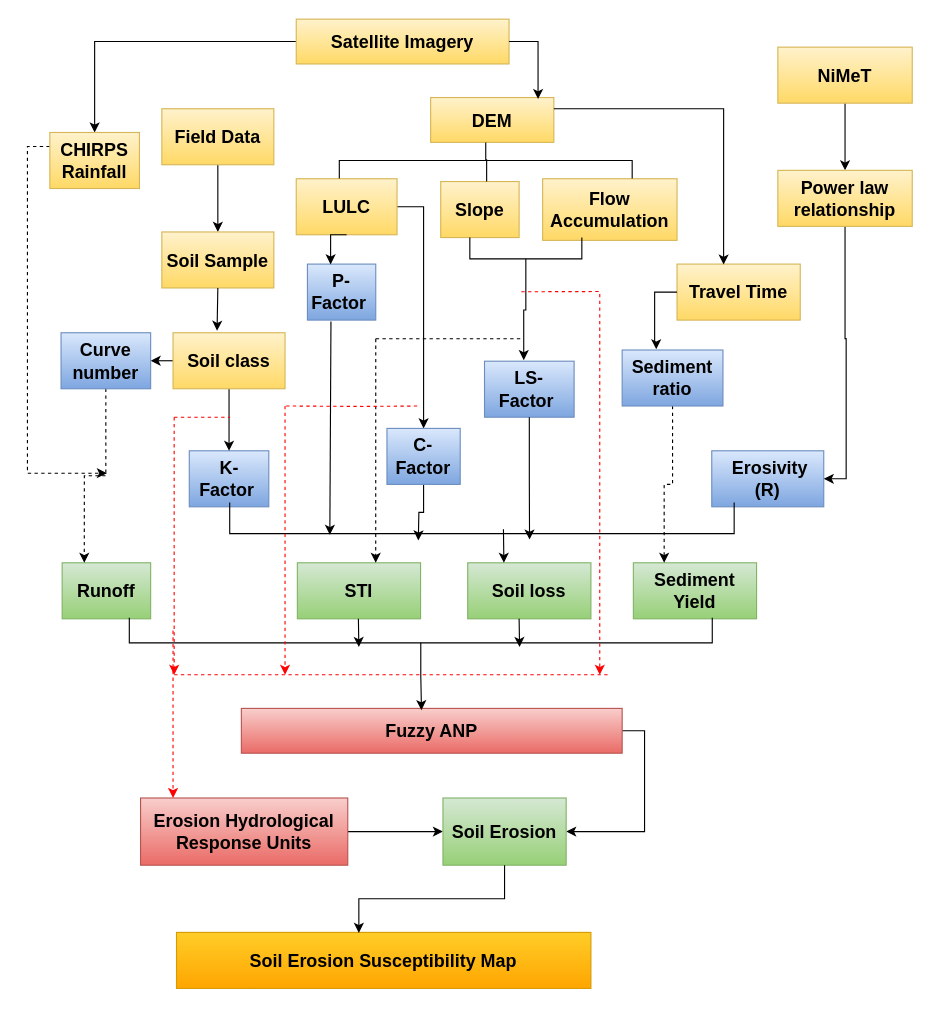
This is objective 1.drawio from yemioke/PRISMA2020, a draw.io file, before an edit. Source tidied: cells renumbered, new cells numbered last; positions are measured from the earlier drawing's top-left corner, leaving out a move shared by most shapes. Both pictures are drawn from the tidied source at 112%, with x=0, y=0 at pixel (27, 13).
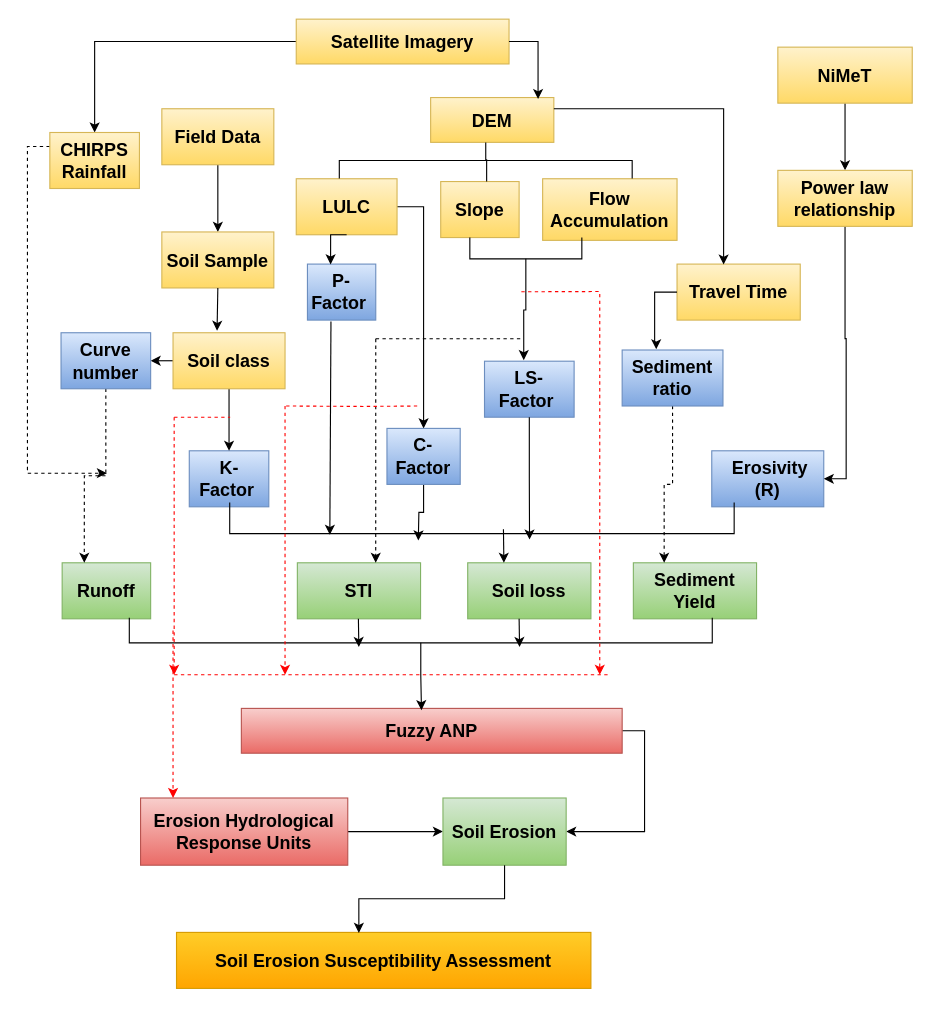
The same page after the edit.

Change to the diagram source:
```diff
@@
-    <mxCell id="20" value="&lt;b&gt;&lt;font style=&quot;font-size: 16px;&quot;&gt;Soil Erosion Susceptibility Map&lt;/font&gt;&lt;/b&gt;" style="rounded=0;whiteSpace=wrap;html=1;fillColor=#ffcd28;strokeColor=#d79b00;gradientColor=#ffa500;" parent="1" vertex="1">
+    <mxCell id="20" value="&lt;b&gt;&lt;font style=&quot;font-size: 16px;&quot;&gt;Soil Erosion Susceptibility Assessment&lt;/font&gt;&lt;/b&gt;" style="rounded=0;whiteSpace=wrap;html=1;fillColor=#ffcd28;strokeColor=#d79b00;gradientColor=#ffa500;" parent="1" vertex="1">
       <mxGeometry x="133.1" y="820" width="370" height="50" as="geometry" />
     </mxCell>
```
